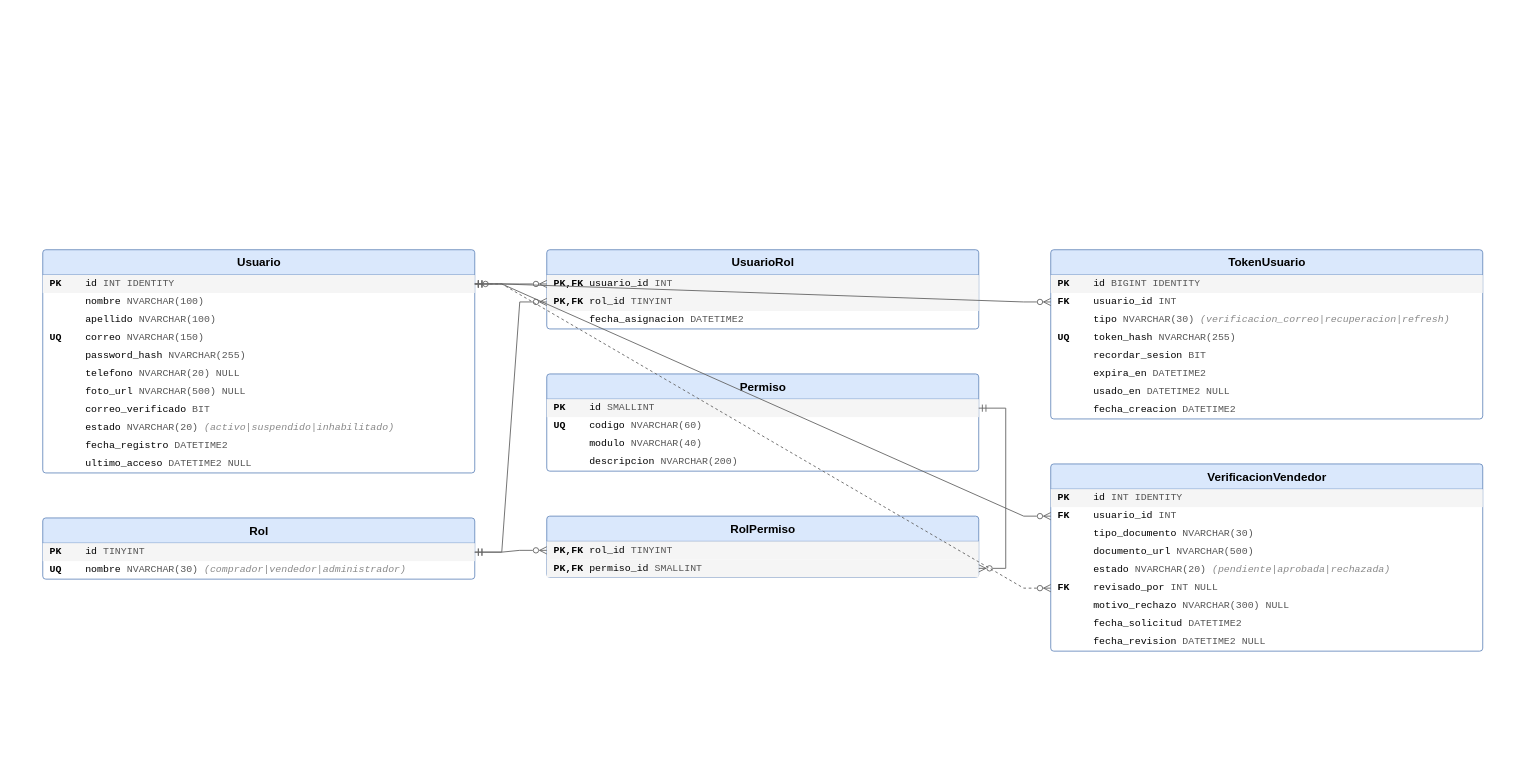
Above: page "2. Usuarios y seguridad" (2 of 6) of docs/HomeScope_Modelo_ER.drawio in KeilyLopezCodes/HomeScope (draw.io), before the change. Source tidied: cells renumbered, new cells numbered last; positions are measured from the earlier drawing's top-left corner, leaving out a move shared by most shapes. Both pictures are drawn from the tidied source at 90%, with x=0, y=0 at pixel (42, 249).
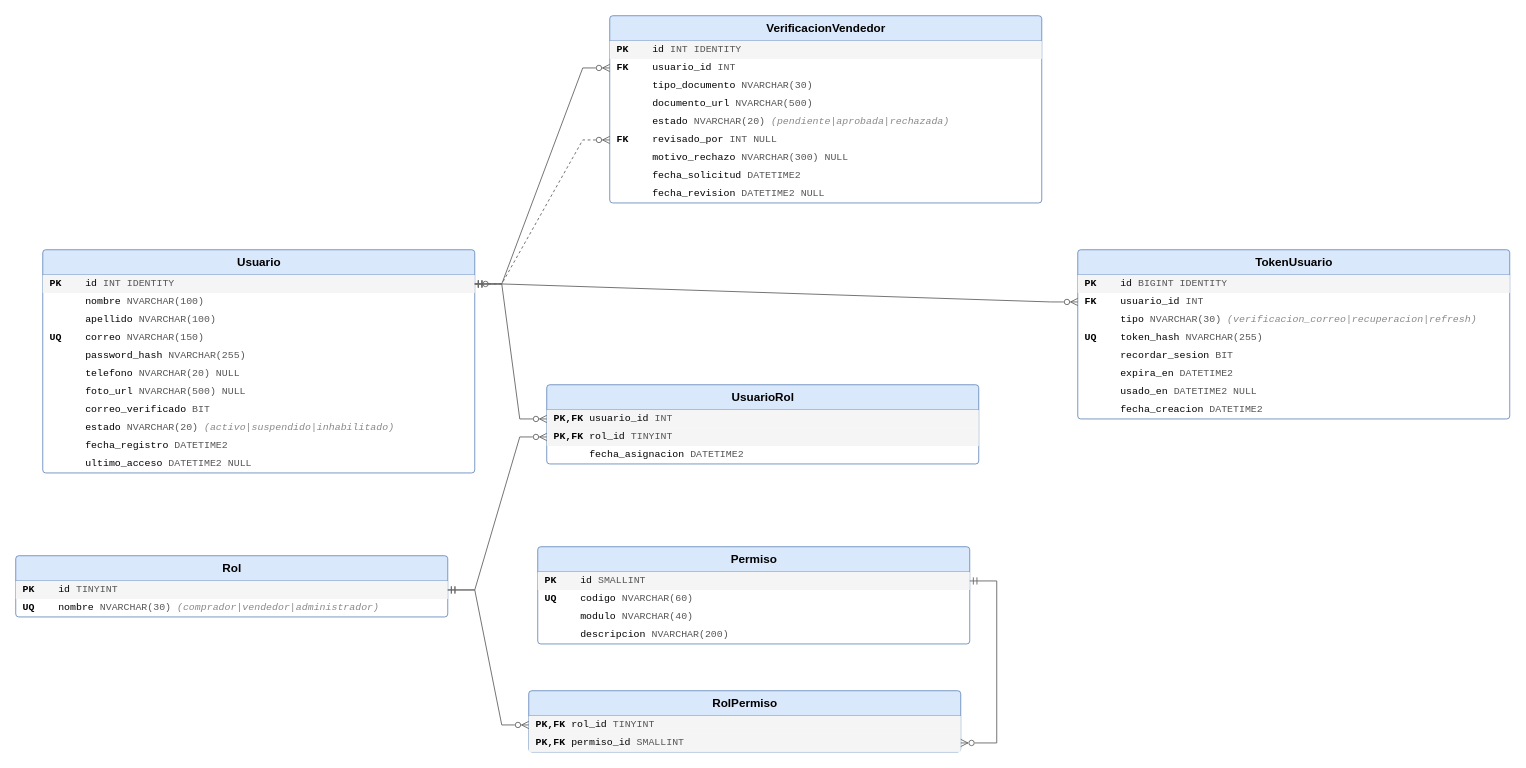
The same diagram, later.

Change to the diagram source:
```diff
@@
-<mxGraphModel>
+<mxGraphModel background="light-dark(#FFFFFF,#FFFFCC)">
@@
     <mxCell id="14" value="Rol" style="swimlane;fontStyle=1;horizontal=1;startSize=28;html=1;fillColor=#dae8fc;strokeColor=#6c8ebf;swimlaneFillColor=#ffffff;rounded=1;arcSize=4;fontFamily=Helvetica;fontSize=13;" parent="1" vertex="1">
-      <mxGeometry y="298" width="480" height="68" as="geometry" />
+      <mxGeometry x="-30" y="340" width="480" height="68" as="geometry" />
     </mxCell>
@@
     <mxCell id="17" value="UsuarioRol" style="swimlane;fontStyle=1;horizontal=1;startSize=28;html=1;fillColor=#dae8fc;strokeColor=#6c8ebf;swimlaneFillColor=#ffffff;rounded=1;arcSize=4;fontFamily=Helvetica;fontSize=13;" parent="1" vertex="1">
-      <mxGeometry x="560" width="480" height="88" as="geometry" />
+      <mxGeometry x="560" y="150" width="480" height="88" as="geometry" />
     </mxCell>
@@
     <mxCell id="21" value="Permiso" style="swimlane;fontStyle=1;horizontal=1;startSize=28;html=1;fillColor=#dae8fc;strokeColor=#6c8ebf;swimlaneFillColor=#ffffff;rounded=1;arcSize=4;fontFamily=Helvetica;fontSize=13;" parent="1" vertex="1">
-      <mxGeometry x="560" y="138" width="480" height="108" as="geometry" />
+      <mxGeometry x="550" y="330" width="480" height="108" as="geometry" />
     </mxCell>
@@
     <mxCell id="26" value="RolPermiso" style="swimlane;fontStyle=1;horizontal=1;startSize=28;html=1;fillColor=#dae8fc;strokeColor=#6c8ebf;swimlaneFillColor=#ffffff;rounded=1;arcSize=4;fontFamily=Helvetica;fontSize=13;" parent="1" vertex="1">
-      <mxGeometry x="560" y="296" width="480" height="68" as="geometry" />
+      <mxGeometry x="540" y="490" width="480" height="68" as="geometry" />
     </mxCell>
@@
     <mxCell id="29" value="TokenUsuario" style="swimlane;fontStyle=1;horizontal=1;startSize=28;html=1;fillColor=#dae8fc;strokeColor=#6c8ebf;swimlaneFillColor=#ffffff;rounded=1;arcSize=4;fontFamily=Helvetica;fontSize=13;" parent="1" vertex="1">
-      <mxGeometry x="1120" width="480" height="188" as="geometry" />
+      <mxGeometry x="1150" width="480" height="188" as="geometry" />
     </mxCell>
@@
     <mxCell id="38" value="VerificacionVendedor" style="swimlane;fontStyle=1;horizontal=1;startSize=28;html=1;fillColor=#dae8fc;strokeColor=#6c8ebf;swimlaneFillColor=#ffffff;rounded=1;arcSize=4;fontFamily=Helvetica;fontSize=13;" parent="1" vertex="1">
-      <mxGeometry x="1120" y="238" width="480" height="208" as="geometry" />
+      <mxGeometry x="630" y="-260" width="480" height="208" as="geometry" />
     </mxCell>
```
